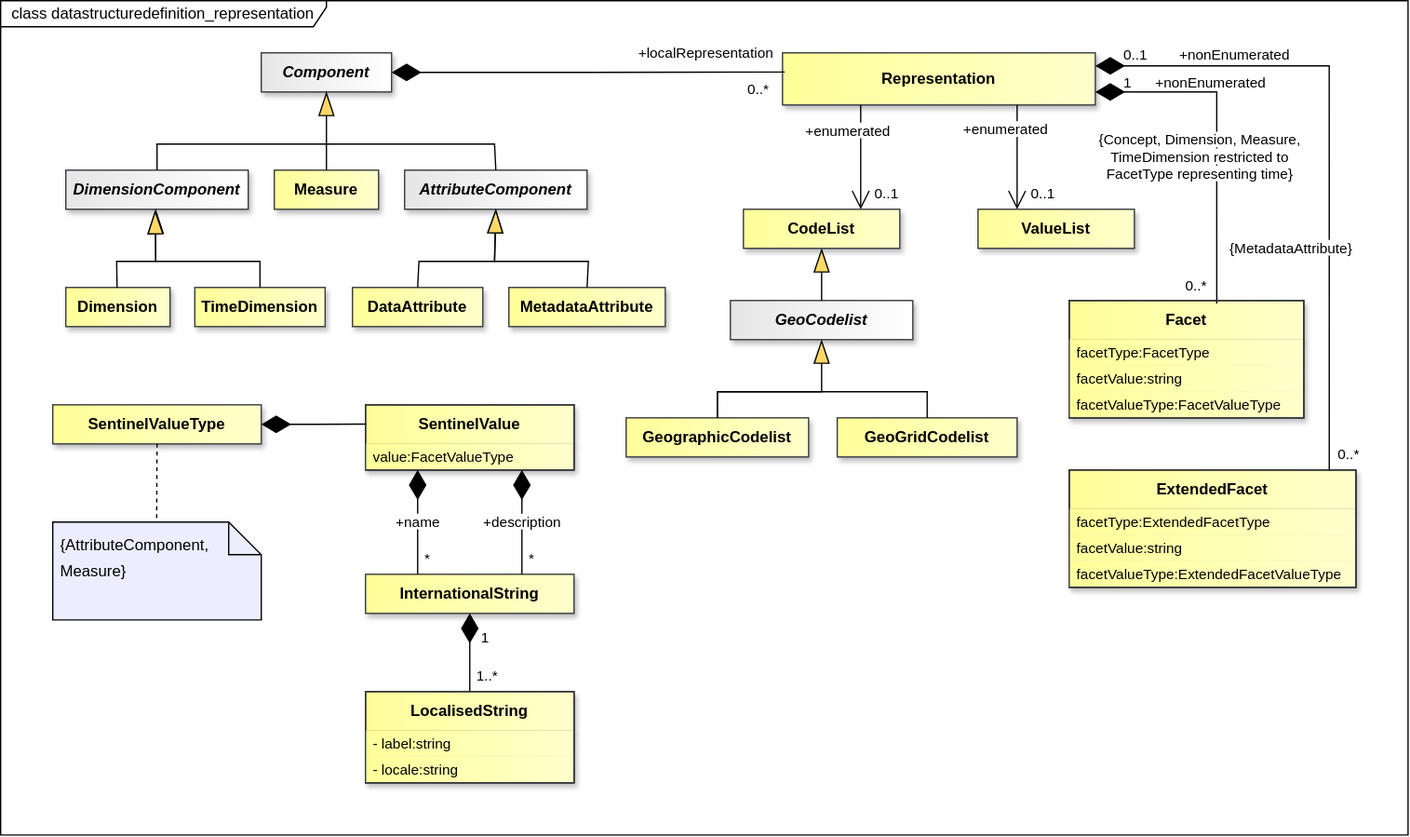
This is docs/information_model/media/sdmx_datastructure-datastructuredefinition_representation.svg from sdmx-twg/sdmx-im, a draw.io export, as it was before one commit. Source tidied: cells renumbered, new cells last; positions are measured from the earlier drawing's top-left corner, leaving out a move shared by most shapes.
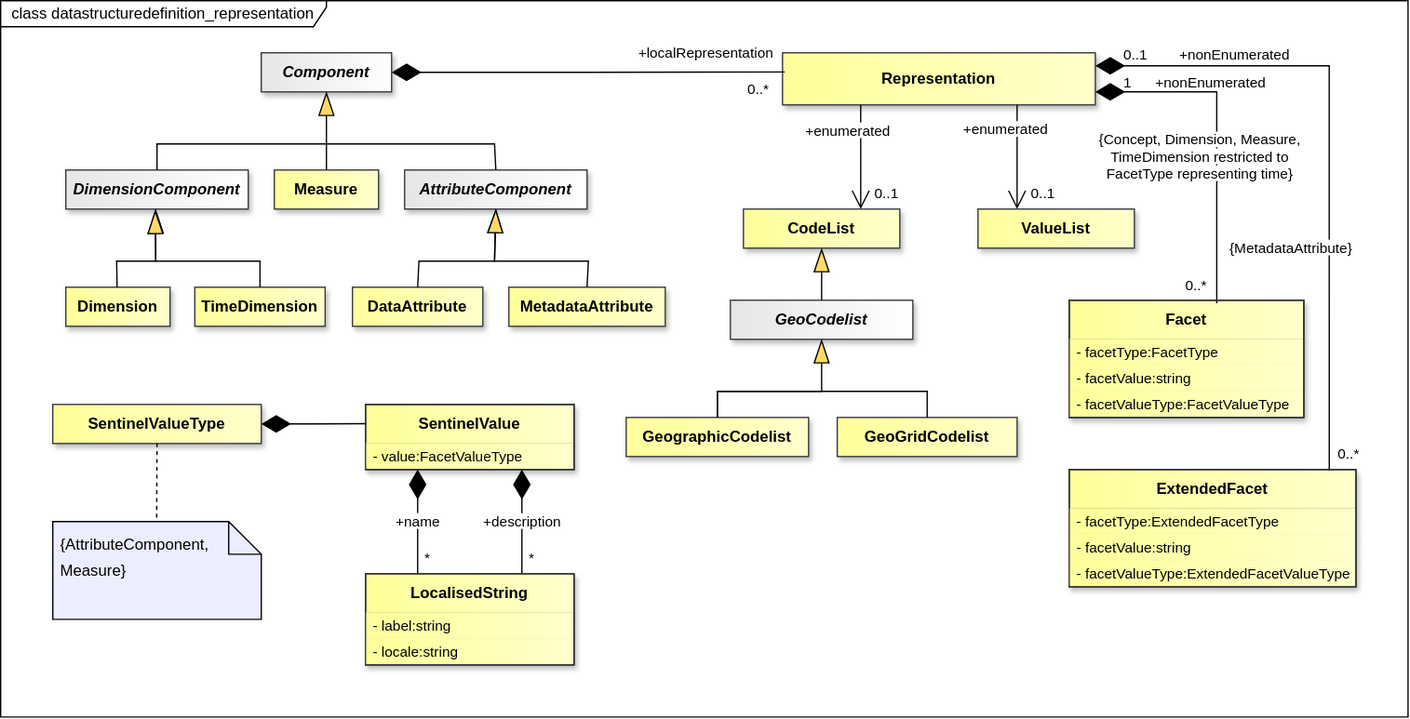
After the commit.

What changed in the source:
```diff
@@ -57,7 +57,7 @@
       <mxGeometry relative="1" as="geometry" />
     </mxCell>
     <mxCell id="20" value="&amp;nbsp; class datastructuredefinition_representation" style="shape=umlFrame;whiteSpace=wrap;html=1;fillColor=light-dark(#FFFFFF,#121212);swimlaneFillColor=light-dark(#FFFFFF,#121212);width=250;height=20;align=left;" parent="1" vertex="1">
-      <mxGeometry width="1080" height="640" as="geometry" />
+      <mxGeometry width="1080" height="550" as="geometry" />
     </mxCell>
     <mxCell id="21" value="Component" style="whiteSpace=wrap;html=1;verticalAlign=middle;gradientDirection=east;imageVerticalAlign=top;fontStyle=3;fillColor=light-dark(#E6E6E6,#E6E6E6);strokeColor=#36393d;fontColor=light-dark(#000000,#000000);gradientColor=light-dark(#FFFFFF,#FFFFFF);shadow=1;" parent="1" vertex="1">
       <mxGeometry x="200" y="40" width="100" height="30" as="geometry" />
@@ -133,25 +133,25 @@
     <mxCell id="35" value="ExtendedFacet" style="swimlane;fontStyle=1;align=center;verticalAlign=middle;horizontal=1;startSize=30;whiteSpace=wrap;html=1;fillColor=light-dark(#FFFF99,#FFFF99);strokeColor=light-dark(#000000,#000000);gradientDirection=east;swimlaneLine=1;fontColor=light-dark(#000000,#000000);labelBackgroundColor=none;textShadow=0;gradientColor=light-dark(#FFFFCC,#FFFFCC);shadow=1;" parent="1" vertex="1">
       <mxGeometry x="820" y="360" width="220" height="90" as="geometry" />
     </mxCell>
-    <mxCell id="36" value="facetType:ExtendedFacetType" style="text;strokeColor=none;fillColor=light-dark(#FFFF99,#FFFF99);align=left;verticalAlign=middle;spacingLeft=4;spacingRight=4;overflow=hidden;whiteSpace=wrap;html=1;fontFamily=Helvetica;fontSize=11;fontColor=light-dark(#000000,#000000);gradientColor=light-dark(#FFFFCC,#FFFFCC);gradientDirection=east;shadow=1;" parent="35" vertex="1">
+    <mxCell id="36" value="- facetType:ExtendedFacetType" style="text;strokeColor=none;fillColor=light-dark(#FFFF99,#FFFF99);align=left;verticalAlign=middle;spacingLeft=4;spacingRight=4;overflow=hidden;whiteSpace=wrap;html=1;fontFamily=Helvetica;fontSize=11;fontColor=light-dark(#000000,#000000);gradientColor=light-dark(#FFFFCC,#FFFFCC);gradientDirection=east;shadow=1;" parent="35" vertex="1">
       <mxGeometry y="30" width="220" height="20" as="geometry" />
     </mxCell>
-    <mxCell id="37" value="facetValue:string" style="text;strokeColor=none;fillColor=light-dark(#FFFF99,#FFFF99);align=left;verticalAlign=middle;spacingLeft=4;spacingRight=4;overflow=hidden;whiteSpace=wrap;html=1;fontFamily=Helvetica;fontSize=11;fontColor=light-dark(#000000,#000000);gradientColor=light-dark(#FFFFCC,#FFFFCC);gradientDirection=east;shadow=1;" parent="35" vertex="1">
+    <mxCell id="37" value="- facetValue:string" style="text;strokeColor=none;fillColor=light-dark(#FFFF99,#FFFF99);align=left;verticalAlign=middle;spacingLeft=4;spacingRight=4;overflow=hidden;whiteSpace=wrap;html=1;fontFamily=Helvetica;fontSize=11;fontColor=light-dark(#000000,#000000);gradientColor=light-dark(#FFFFCC,#FFFFCC);gradientDirection=east;shadow=1;" parent="35" vertex="1">
       <mxGeometry y="50" width="220" height="20" as="geometry" />
     </mxCell>
-    <mxCell id="38" value="facetValueType:ExtendedFacetValueType" style="text;strokeColor=none;fillColor=light-dark(#FFFF99,#FFFF99);align=left;verticalAlign=middle;spacingLeft=4;spacingRight=4;overflow=hidden;whiteSpace=wrap;html=1;fontFamily=Helvetica;fontSize=11;fontColor=light-dark(#000000,#000000);gradientColor=light-dark(#FFFFCC,#FFFFCC);gradientDirection=east;shadow=1;" parent="35" vertex="1">
+    <mxCell id="38" value="- facetValueType:ExtendedFacetValueType" style="text;strokeColor=none;fillColor=light-dark(#FFFF99,#FFFF99);align=left;verticalAlign=middle;spacingLeft=4;spacingRight=4;overflow=hidden;whiteSpace=wrap;html=1;fontFamily=Helvetica;fontSize=11;fontColor=light-dark(#000000,#000000);gradientColor=light-dark(#FFFFCC,#FFFFCC);gradientDirection=east;shadow=1;" parent="35" vertex="1">
       <mxGeometry y="70" width="220" height="20" as="geometry" />
     </mxCell>
     <mxCell id="39" value="Facet" style="swimlane;fontStyle=1;align=center;verticalAlign=middle;horizontal=1;startSize=30;whiteSpace=wrap;html=1;fillColor=light-dark(#FFFF99,#FFFF99);strokeColor=light-dark(#000000,#000000);gradientDirection=east;swimlaneLine=1;fontColor=light-dark(#000000,#000000);labelBackgroundColor=none;textShadow=0;gradientColor=light-dark(#FFFFCC,#FFFFCC);shadow=1;" parent="1" vertex="1">
       <mxGeometry x="820" y="230" width="180" height="90" as="geometry" />
     </mxCell>
-    <mxCell id="40" value="facetType:FacetType" style="text;strokeColor=none;fillColor=light-dark(#FFFF99,#FFFF99);align=left;verticalAlign=middle;spacingLeft=4;spacingRight=4;overflow=hidden;whiteSpace=wrap;html=1;fontFamily=Helvetica;fontSize=11;fontColor=light-dark(#000000,#000000);gradientColor=light-dark(#FFFFCC,#FFFFCC);gradientDirection=east;shadow=1;" parent="39" vertex="1">
+    <mxCell id="40" value="- facetType:FacetType" style="text;strokeColor=none;fillColor=light-dark(#FFFF99,#FFFF99);align=left;verticalAlign=middle;spacingLeft=4;spacingRight=4;overflow=hidden;whiteSpace=wrap;html=1;fontFamily=Helvetica;fontSize=11;fontColor=light-dark(#000000,#000000);gradientColor=light-dark(#FFFFCC,#FFFFCC);gradientDirection=east;shadow=1;" parent="39" vertex="1">
       <mxGeometry y="30" width="180" height="20" as="geometry" />
     </mxCell>
-    <mxCell id="41" value="facetValue:string" style="text;strokeColor=none;fillColor=light-dark(#FFFF99,#FFFF99);align=left;verticalAlign=middle;spacingLeft=4;spacingRight=4;overflow=hidden;whiteSpace=wrap;html=1;fontFamily=Helvetica;fontSize=11;fontColor=light-dark(#000000,#000000);gradientColor=light-dark(#FFFFCC,#FFFFCC);gradientDirection=east;shadow=1;" parent="39" vertex="1">
+    <mxCell id="41" value="- facetValue:string" style="text;strokeColor=none;fillColor=light-dark(#FFFF99,#FFFF99);align=left;verticalAlign=middle;spacingLeft=4;spacingRight=4;overflow=hidden;whiteSpace=wrap;html=1;fontFamily=Helvetica;fontSize=11;fontColor=light-dark(#000000,#000000);gradientColor=light-dark(#FFFFCC,#FFFFCC);gradientDirection=east;shadow=1;" parent="39" vertex="1">
       <mxGeometry y="50" width="180" height="20" as="geometry" />
     </mxCell>
-    <mxCell id="42" value="facetValueType:FacetValueType" style="text;strokeColor=none;fillColor=light-dark(#FFFF99,#FFFF99);align=left;verticalAlign=middle;spacingLeft=4;spacingRight=4;overflow=hidden;whiteSpace=wrap;html=1;fontFamily=Helvetica;fontSize=11;fontColor=light-dark(#000000,#000000);gradientColor=light-dark(#FFFFCC,#FFFFCC);gradientDirection=east;shadow=1;" parent="39" vertex="1">
+    <mxCell id="42" value="- facetValueType:FacetValueType" style="text;strokeColor=none;fillColor=light-dark(#FFFF99,#FFFF99);align=left;verticalAlign=middle;spacingLeft=4;spacingRight=4;overflow=hidden;whiteSpace=wrap;html=1;fontFamily=Helvetica;fontSize=11;fontColor=light-dark(#000000,#000000);gradientColor=light-dark(#FFFFCC,#FFFFCC);gradientDirection=east;shadow=1;" parent="39" vertex="1">
       <mxGeometry y="70" width="180" height="20" as="geometry" />
     </mxCell>
     <mxCell id="43" value="Representation" style="whiteSpace=wrap;html=1;verticalAlign=middle;gradientDirection=east;imageVerticalAlign=top;fontStyle=1;fillColor=light-dark(#FFFF99,#FFFF99);strokeColor=#36393d;fontColor=light-dark(#000000,#000000);gradientColor=light-dark(#FFFFCC,#FFFFCC);shadow=1;" parent="1" vertex="1">
@@ -238,13 +238,10 @@
     <mxCell id="62" value="SentinelValue" style="swimlane;fontStyle=1;align=center;verticalAlign=middle;horizontal=1;startSize=30;whiteSpace=wrap;html=1;fillColor=light-dark(#FFFF99,#FFFF99);strokeColor=light-dark(#000000,#000000);gradientDirection=east;swimlaneLine=1;fontColor=light-dark(#000000,#000000);labelBackgroundColor=none;textShadow=0;gradientColor=light-dark(#FFFFCC,#FFFFCC);shadow=1;" parent="1" vertex="1">
       <mxGeometry x="280" y="310" width="160" height="50" as="geometry" />
     </mxCell>
-    <mxCell id="63" value="value:FacetValueType" style="text;strokeColor=none;fillColor=light-dark(#FFFF99,#FFFF99);align=left;verticalAlign=middle;spacingLeft=4;spacingRight=4;overflow=hidden;whiteSpace=wrap;html=1;fontFamily=Helvetica;fontSize=11;fontColor=light-dark(#000000,#000000);gradientColor=light-dark(#FFFFCC,#FFFFCC);gradientDirection=east;shadow=1;" parent="62" vertex="1">
+    <mxCell id="63" value="- value:FacetValueType" style="text;strokeColor=none;fillColor=light-dark(#FFFF99,#FFFF99);align=left;verticalAlign=middle;spacingLeft=4;spacingRight=4;overflow=hidden;whiteSpace=wrap;html=1;fontFamily=Helvetica;fontSize=11;fontColor=light-dark(#000000,#000000);gradientColor=light-dark(#FFFFCC,#FFFFCC);gradientDirection=east;shadow=1;" parent="62" vertex="1">
       <mxGeometry y="30" width="160" height="20" as="geometry" />
     </mxCell>
-    <mxCell id="64" value="&lt;span&gt;&lt;span&gt;InternationalString&lt;/span&gt;&lt;/span&gt;" style="whiteSpace=wrap;html=1;verticalAlign=middle;gradientDirection=east;imageVerticalAlign=top;fontStyle=1;fillColor=light-dark(#FFFF99,#FFFF99);strokeColor=#36393d;fontColor=light-dark(#000000,#000000);gradientColor=light-dark(#FFFFCC,#FFFFCC);shadow=1;" parent="1" vertex="1">
-      <mxGeometry x="280" y="440" width="160" height="30" as="geometry" />
-    </mxCell>
-    <mxCell id="65" value="&lt;font style=&quot;color: light-dark(rgb(0, 0, 0), rgb(255, 255, 255)); background-color: light-dark(rgb(255, 255, 255), rgb(0, 0, 0));&quot;&gt;+name&lt;/font&gt;" style="endArrow=none;html=1;endSize=12;startArrow=diamondThin;startSize=20;startFill=1;edgeStyle=orthogonalEdgeStyle;rounded=0;exitX=0.25;exitY=1;exitDx=0;exitDy=0;endFill=0;strokeColor=light-dark(#000000,#FFFFFF);fontColor=light-dark(#000000,#FFFFFF);labelBackgroundColor=none;entryX=0.25;entryY=0;entryDx=0;entryDy=0;" parent="1" edge="1" source="62" target="64">
+    <mxCell id="65" value="&lt;font style=&quot;color: light-dark(rgb(0, 0, 0), rgb(255, 255, 255)); background-color: light-dark(rgb(255, 255, 255), rgb(0, 0, 0));&quot;&gt;+name&lt;/font&gt;" style="endArrow=none;html=1;endSize=12;startArrow=diamondThin;startSize=20;startFill=1;edgeStyle=orthogonalEdgeStyle;rounded=0;exitX=0.25;exitY=1;exitDx=0;exitDy=0;endFill=0;strokeColor=light-dark(#000000,#FFFFFF);fontColor=light-dark(#000000,#FFFFFF);labelBackgroundColor=none;entryX=0.25;entryY=0;entryDx=0;entryDy=0;" parent="1" edge="1" source="62" target="69">
       <mxGeometry relative="1" as="geometry" />
     </mxCell>
     <mxCell id="66" value="*" style="edgeLabel;html=1;align=right;verticalAlign=top;labelBackgroundColor=none;fontColor=light-dark(#000000,#FFFFFF);" parent="65" vertex="1">
@@ -252,7 +249,7 @@
         <mxPoint x="10" y="-25" as="offset" />
       </mxGeometry>
     </mxCell>
-    <mxCell id="67" value="&lt;font style=&quot;color: light-dark(rgb(0, 0, 0), rgb(255, 255, 255)); background-color: light-dark(rgb(255, 255, 255), rgb(0, 0, 0));&quot;&gt;+description&lt;/font&gt;" style="endArrow=none;html=1;endSize=12;startArrow=diamondThin;startSize=20;startFill=1;edgeStyle=orthogonalEdgeStyle;rounded=0;exitX=0.75;exitY=1;exitDx=0;exitDy=0;endFill=0;strokeColor=light-dark(#000000,#FFFFFF);fontColor=light-dark(#000000,#FFFFFF);labelBackgroundColor=none;entryX=0.75;entryY=0;entryDx=0;entryDy=0;" parent="1" edge="1" source="62" target="64">
+    <mxCell id="67" value="&lt;font style=&quot;color: light-dark(rgb(0, 0, 0), rgb(255, 255, 255)); background-color: light-dark(rgb(255, 255, 255), rgb(0, 0, 0));&quot;&gt;+description&lt;/font&gt;" style="endArrow=none;html=1;endSize=12;startArrow=diamondThin;startSize=20;startFill=1;edgeStyle=orthogonalEdgeStyle;rounded=0;exitX=0.75;exitY=1;exitDx=0;exitDy=0;endFill=0;strokeColor=light-dark(#000000,#FFFFFF);fontColor=light-dark(#000000,#FFFFFF);labelBackgroundColor=none;entryX=0.75;entryY=0;entryDx=0;entryDy=0;" parent="1" edge="1" source="62" target="69">
       <mxGeometry relative="1" as="geometry" />
     </mxCell>
     <mxCell id="68" value="*" style="edgeLabel;html=1;align=right;verticalAlign=top;labelBackgroundColor=none;fontColor=light-dark(#000000,#FFFFFF);" parent="67" vertex="1">
@@ -261,7 +258,7 @@
       </mxGeometry>
     </mxCell>
     <mxCell id="69" value="LocalisedString" style="swimlane;fontStyle=1;align=center;verticalAlign=middle;horizontal=1;startSize=30;whiteSpace=wrap;html=1;fillColor=light-dark(#FFFF99,#FFFF99);strokeColor=light-dark(#000000,#000000);gradientDirection=east;swimlaneLine=1;fontColor=light-dark(#000000,#000000);labelBackgroundColor=none;textShadow=0;gradientColor=light-dark(#FFFFCC,#FFFFCC);shadow=1;" parent="1" vertex="1">
-      <mxGeometry x="280" y="530" width="160" height="70" as="geometry" />
+      <mxGeometry x="280" y="440" width="160" height="70" as="geometry" />
     </mxCell>
     <mxCell id="70" value="- label:string" style="text;strokeColor=none;fillColor=light-dark(#FFFF99,#FFFF99);align=left;verticalAlign=middle;spacingLeft=4;spacingRight=4;overflow=hidden;whiteSpace=wrap;html=1;fontSize=11;gradientColor=light-dark(#FFFFCC,#FFFFCC);gradientDirection=east;fontColor=light-dark(#000000,#000000);strokeWidth=0;shadow=1;" parent="69" vertex="1">
       <mxGeometry y="30" width="160" height="20" as="geometry" />
@@ -269,19 +266,6 @@
     <mxCell id="71" value="- locale:string" style="text;strokeColor=none;fillColor=light-dark(#FFFF99,#FFFF99);align=left;verticalAlign=middle;spacingLeft=4;spacingRight=4;overflow=hidden;whiteSpace=wrap;html=1;fontSize=11;gradientColor=light-dark(#FFFFCC,#FFFFCC);gradientDirection=east;fontColor=light-dark(#000000,#000000);strokeWidth=0;shadow=1;" parent="69" vertex="1">
       <mxGeometry y="50" width="160" height="20" as="geometry" />
     </mxCell>
-    <mxCell id="72" style="endArrow=none;html=1;endSize=12;startArrow=diamondThin;startSize=20;startFill=1;edgeStyle=orthogonalEdgeStyle;rounded=0;exitX=0.5;exitY=1;exitDx=0;exitDy=0;endFill=0;strokeColor=light-dark(#000000,#FFFFFF);fontColor=light-dark(#000000,#FFFFFF);labelBackgroundColor=none;entryX=0.5;entryY=0;entryDx=0;entryDy=0;" parent="1" edge="1" source="64" target="69">
-      <mxGeometry relative="1" as="geometry" />
-    </mxCell>
-    <mxCell id="73" value="1" style="edgeLabel;html=1;align=left;verticalAlign=top;labelBackgroundColor=none;fontColor=light-dark(#000000,#FFFFFF);" parent="72" vertex="1">
-      <mxGeometry x="-1" relative="1" as="geometry">
-        <mxPoint x="7" y="6" as="offset" />
-      </mxGeometry>
-    </mxCell>
-    <mxCell id="74" value="1..*" style="edgeLabel;html=1;align=right;verticalAlign=top;labelBackgroundColor=none;fontColor=light-dark(#000000,#FFFFFF);" parent="72" vertex="1">
-      <mxGeometry x="1" relative="1" as="geometry">
-        <mxPoint x="22" y="-25" as="offset" />
-      </mxGeometry>
-    </mxCell>
     <mxCell id="75" value="&lt;span&gt;&lt;span&gt;SentinelValueType&lt;/span&gt;&lt;/span&gt;" style="whiteSpace=wrap;html=1;verticalAlign=middle;gradientDirection=east;imageVerticalAlign=top;fontStyle=1;fillColor=light-dark(#FFFF99,#FFFF99);strokeColor=#36393d;fontColor=light-dark(#000000,#000000);gradientColor=light-dark(#FFFFCC,#FFFFCC);shadow=1;" parent="1" vertex="1">
       <mxGeometry x="40" y="310" width="160" height="30" as="geometry" />
     </mxCell>
@@ -317,7 +301,7 @@
       <mxGeometry x="280" y="310" width="160" height="50" as="geometry" />
     </mxCell>
     <mxCell id="85" style="rounded=0;whiteSpace=wrap;html=1;fillColor=none;strokeColor=#36393D;" parent="1" vertex="1">
-      <mxGeometry x="280" y="530" width="160" height="70" as="geometry" />
+      <mxGeometry x="280" y="440" width="160" height="70" as="geometry" />
     </mxCell>
     <mxCell id="86" style="rounded=0;whiteSpace=wrap;html=1;fillColor=none;strokeColor=#36393D;" parent="1" vertex="1">
       <mxGeometry x="820" y="360" width="220" height="90" as="geometry" />
```
